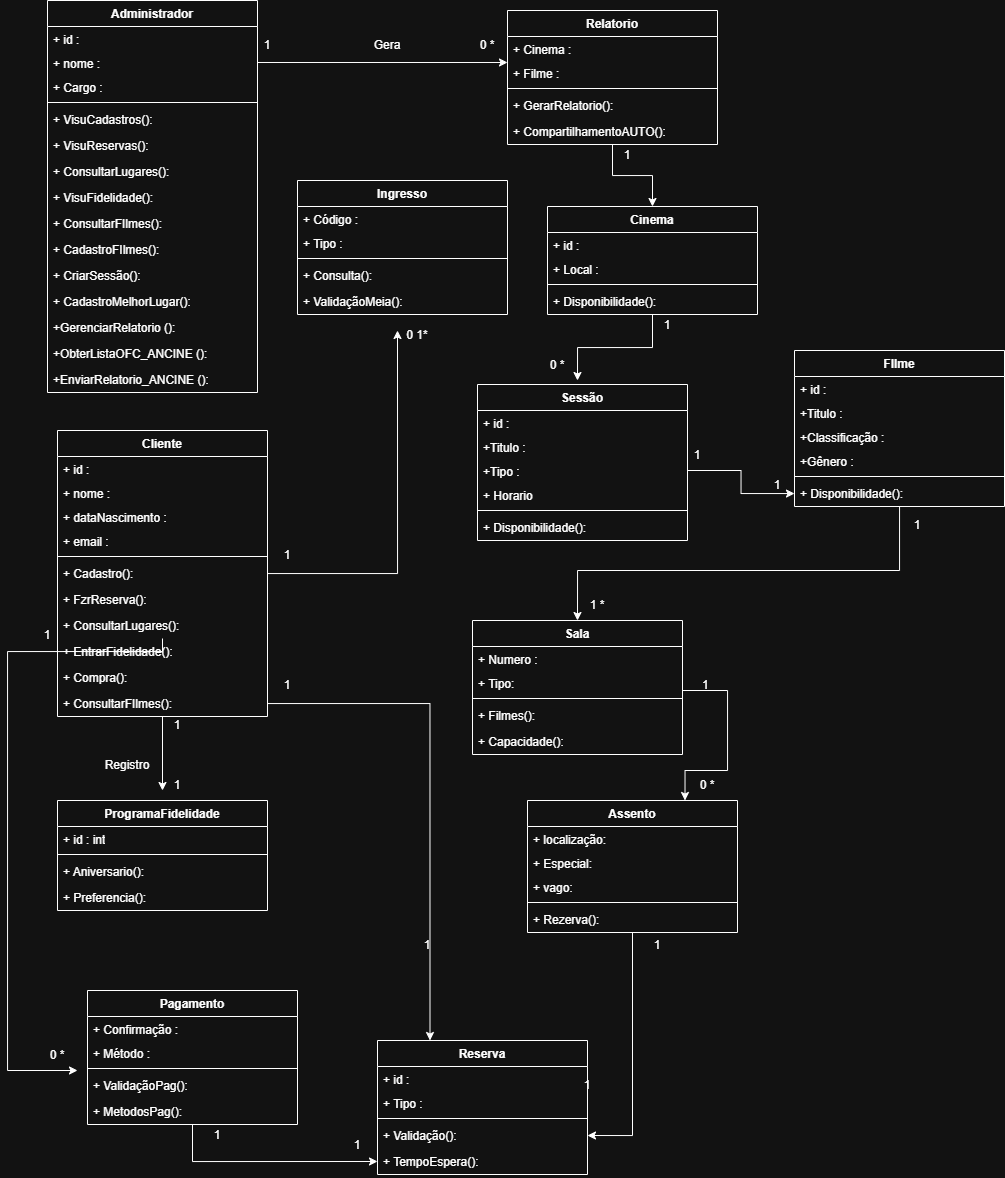
Earlier version of the draw.io export Diagrama de classes.drawio (1).png (rotkis/Cinema_FEI). Source tidied: cells renumbered, new cells last; positions are measured from the earlier drawing's top-left corner, leaving out a move shared by most shapes.
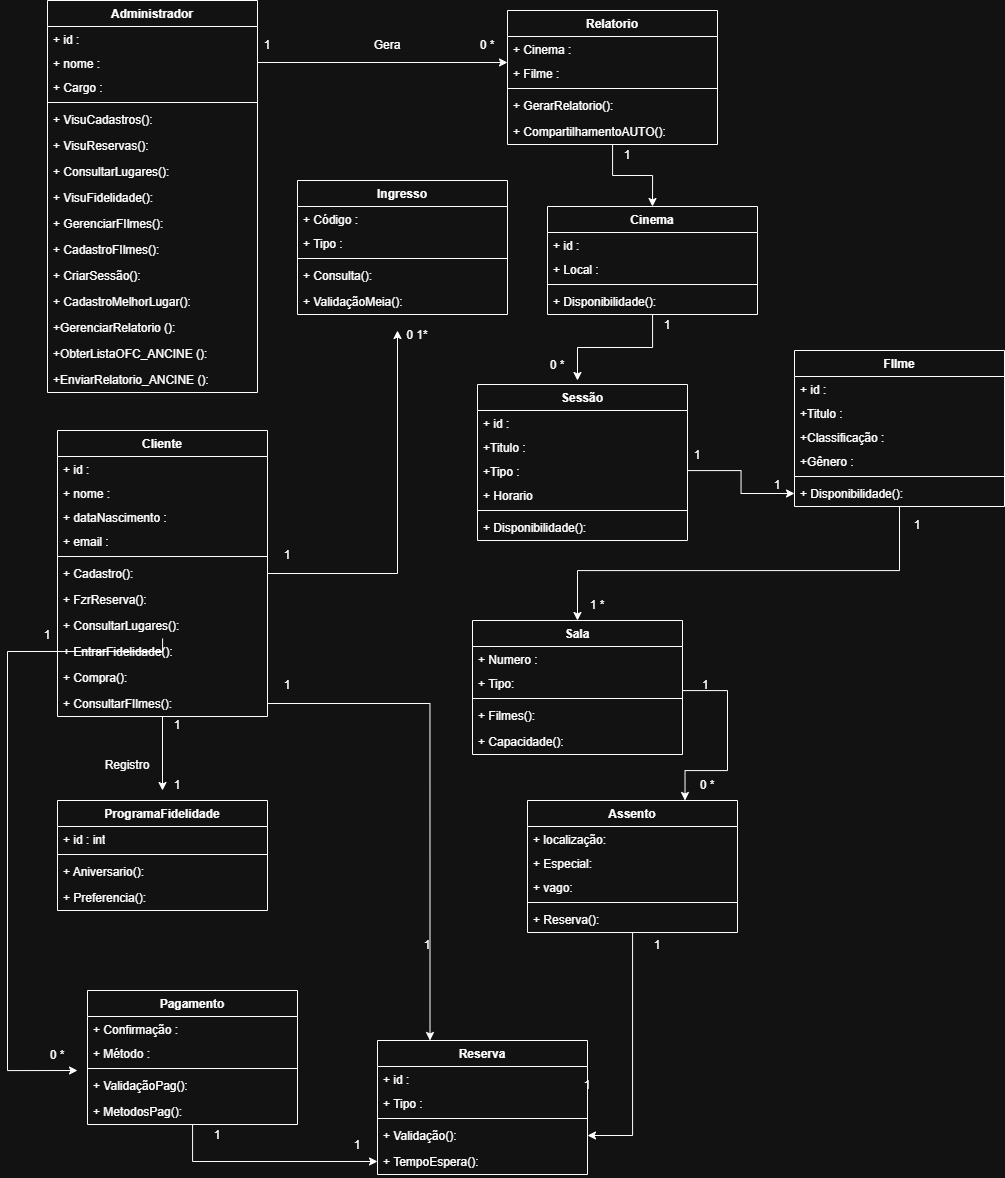
After the commit.

Change to the diagram source:
```diff
@@ -84,7 +84,7 @@
     <mxCell id="25" value="+ VisuFidelidade():" style="text;strokeColor=none;fillColor=none;align=left;verticalAlign=top;spacingLeft=4;spacingRight=4;overflow=hidden;whiteSpace=wrap;html=1;" parent="17" vertex="1">
       <mxGeometry y="184" width="210" height="26" as="geometry" />
     </mxCell>
-    <mxCell id="26" value="+ ConsultarFIlmes():" style="text;strokeColor=none;fillColor=none;align=left;verticalAlign=top;spacingLeft=4;spacingRight=4;overflow=hidden;whiteSpace=wrap;html=1;" parent="17" vertex="1">
+    <mxCell id="26" value="+ GerenciarFIlmes():" style="text;strokeColor=none;fillColor=none;align=left;verticalAlign=top;spacingLeft=4;spacingRight=4;overflow=hidden;whiteSpace=wrap;html=1;" parent="17" vertex="1">
       <mxGeometry y="210" width="210" height="26" as="geometry" />
     </mxCell>
     <mxCell id="27" value="+ CadastroFIlmes():" style="text;strokeColor=none;fillColor=none;align=left;verticalAlign=top;spacingLeft=4;spacingRight=4;overflow=hidden;whiteSpace=wrap;html=1;" parent="17" vertex="1">
@@ -170,7 +170,7 @@
     <mxCell id="51" style="line;strokeWidth=1;fillColor=none;align=left;verticalAlign=middle;spacingTop=-1;spacingLeft=3;spacingRight=3;labelPosition=right;strokeColor=inherit;" parent="47" vertex="1">
       <mxGeometry y="98" width="210" height="8" as="geometry" />
     </mxCell>
-    <mxCell id="52" value="+ Rezerva():" style="text;strokeColor=none;fillColor=none;align=left;verticalAlign=top;spacingLeft=4;spacingRight=4;overflow=hidden;whiteSpace=wrap;html=1;" parent="47" vertex="1">
+    <mxCell id="52" value="+ Reserva():" style="text;strokeColor=none;fillColor=none;align=left;verticalAlign=top;spacingLeft=4;spacingRight=4;overflow=hidden;whiteSpace=wrap;html=1;" parent="47" vertex="1">
       <mxGeometry y="106" width="210" height="26" as="geometry" />
     </mxCell>
     <mxCell id="53" value="Reserva" style="swimlane;fontStyle=1;align=center;verticalAlign=top;horizontal=1;startSize=26;whiteSpace=wrap;html=1;" parent="1" vertex="1">
```
